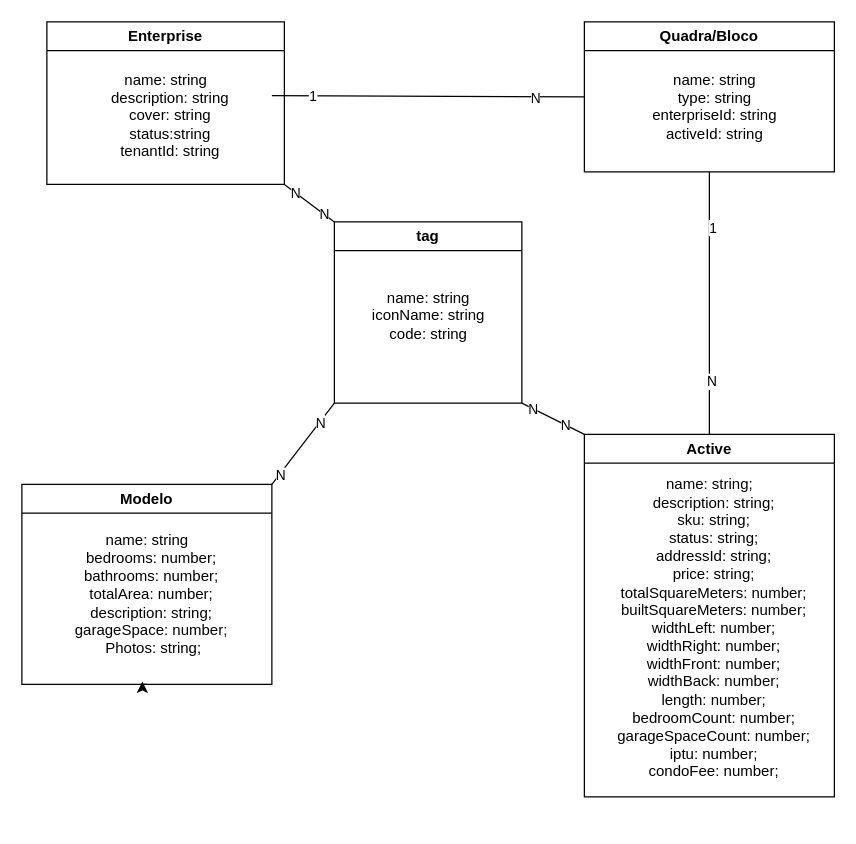
Before: Diagrama sem nome.drawio in eduuwl/dockerTeste, a draw.io diagram. Source tidied: cells renumbered, new cells numbered last; positions are measured from the earlier drawing's top-left corner, leaving out a move shared by most shapes. Both pictures are drawn from the tidied source at 125%, with x=0, y=0 at pixel (21, 21).
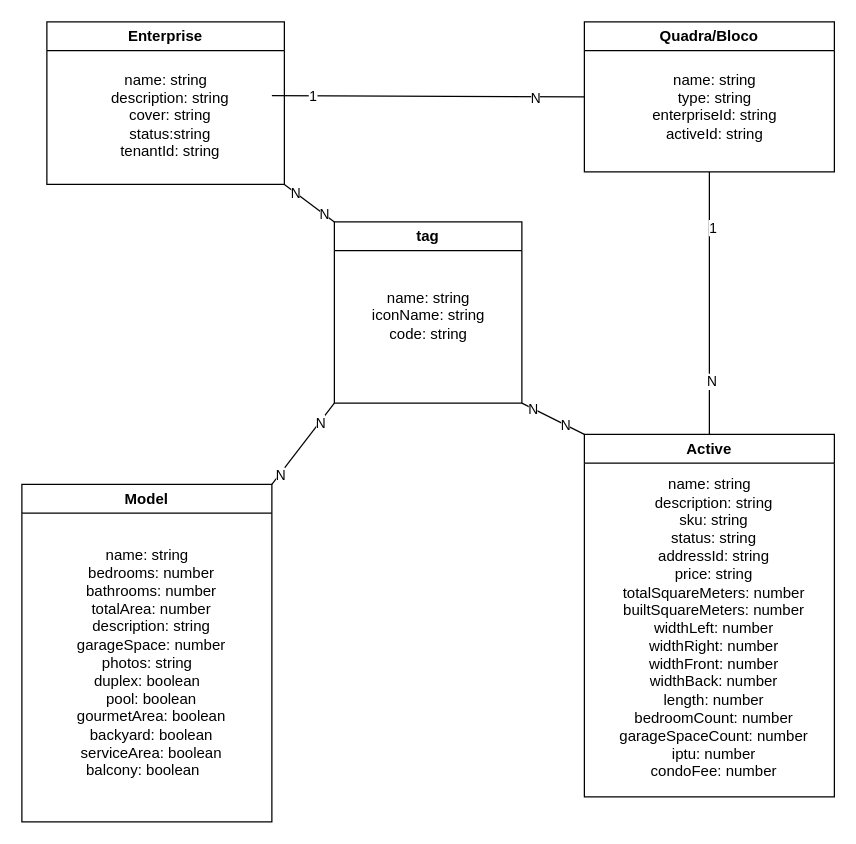
The same page after the edit.

Unchanged cells that the change refers to:
```xml
<mxCell id="9" value="Active" style="swimlane;whiteSpace=wrap;html=1;" parent="1" vertex="1">
  <mxGeometry x="450" y="330" width="200" height="290" as="geometry" />
</mxCell>
```

What changed in the source:
```diff
@@
-    <mxCell id="6" value="Modelo" style="swimlane;whiteSpace=wrap;html=1;" parent="1" vertex="1">
-      <mxGeometry y="370" width="200" height="160" as="geometry" />
+    <mxCell id="6" value="Model" style="swimlane;whiteSpace=wrap;html=1;" parent="1" vertex="1">
+      <mxGeometry y="370" width="200" height="270" as="geometry" />
     </mxCell>
-    <mxCell id="7" value="name: string&lt;div&gt;&lt;div&gt;&amp;nbsp; bedrooms: number;&lt;/div&gt;&lt;div&gt;&amp;nbsp; bathrooms: number;&lt;/div&gt;&lt;div&gt;&amp;nbsp; totalArea: number;&lt;/div&gt;&lt;div&gt;&amp;nbsp; description: string;&lt;/div&gt;&lt;div&gt;&lt;span style=&quot;background-color: transparent; color: light-dark(rgb(0, 0, 0), rgb(255, 255, 255));&quot;&gt;&amp;nbsp; garageSpace: number;&lt;/span&gt;&lt;/div&gt;&lt;div&gt;&amp;nbsp; &amp;nbsp; &amp;nbsp; &amp;nbsp; &amp;nbsp; &amp;nbsp; &amp;nbsp;Photos: string;&amp;nbsp; &amp;nbsp; &amp;nbsp; &amp;nbsp; &amp;nbsp;&amp;nbsp;&lt;/div&gt;&lt;/div&gt;&lt;div&gt;&lt;br&gt;&lt;/div&gt;" style="text;html=1;align=center;verticalAlign=middle;points=[];strokeColor=none;fillColor=none;" parent="6" vertex="1">
-      <mxGeometry x="10" y="30" width="180" height="130" as="geometry" />
+    <mxCell id="7" value="name: string&lt;div&gt;&lt;div&gt;&amp;nbsp; bedrooms: number&lt;/div&gt;&lt;div&gt;&amp;nbsp; bathrooms: number&lt;/div&gt;&lt;div&gt;&amp;nbsp; totalArea: number&lt;/div&gt;&lt;div&gt;&amp;nbsp; description: string&lt;/div&gt;&lt;div&gt;&lt;span style=&quot;background-color: transparent; color: light-dark(rgb(0, 0, 0), rgb(255, 255, 255));&quot;&gt;&amp;nbsp; garageSpace: number&lt;/span&gt;&lt;/div&gt;&lt;div&gt;&lt;span style=&quot;background-color: transparent; color: light-dark(rgb(0, 0, 0), rgb(255, 255, 255));&quot;&gt;photos: string&lt;/span&gt;&lt;/div&gt;&lt;div&gt;duplex: boolean&lt;/div&gt;&lt;div&gt;&amp;nbsp; pool: boolean&lt;/div&gt;&lt;div&gt;&amp;nbsp; gourmetArea: boolean&lt;/div&gt;&lt;div&gt;&amp;nbsp; backyard: boolean&lt;/div&gt;&lt;div&gt;&amp;nbsp; serviceArea: boolean&lt;/div&gt;&lt;div&gt;&lt;span style=&quot;background-color: transparent;&quot;&gt;&amp;nbsp; &lt;span style=&quot;white-space: pre;&quot;&gt;&#9;&lt;/span&gt;balcony: boolean&lt;/span&gt;&amp;nbsp; &amp;nbsp; &amp;nbsp; &amp;nbsp; &amp;nbsp;&amp;nbsp;&lt;/div&gt;&lt;/div&gt;&lt;div&gt;&lt;br&gt;&lt;/div&gt;" style="text;html=1;align=center;verticalAlign=middle;points=[];strokeColor=none;fillColor=none;" parent="6" vertex="1">
+      <mxGeometry x="15" y="45" width="170" height="210" as="geometry" />
     </mxCell>
-    <mxCell id="8" style="edgeStyle=orthogonalEdgeStyle;rounded=0;jettySize=auto;html=1;exitX=0.5;exitY=1;exitDx=0;exitDy=0;entryX=0.48;entryY=0.983;entryDx=0;entryDy=0;entryPerimeter=0;" parent="6" edge="1" source="6" target="7">
-      <mxGeometry relative="1" as="geometry" />
-    </mxCell>
@@
-    <mxCell id="10" value="&lt;div&gt;&lt;div&gt;name: string;&lt;/div&gt;&lt;div&gt;&amp;nbsp; description: string;&lt;/div&gt;&lt;div&gt;&amp;nbsp; sku: string;&lt;/div&gt;&lt;div&gt;&amp;nbsp; status: string;&lt;/div&gt;&lt;div&gt;&amp;nbsp; addressId: string;&lt;/div&gt;&lt;div&gt;&amp;nbsp; price: string;&lt;/div&gt;&lt;div&gt;&amp;nbsp; totalSquareMeters: number;&lt;/div&gt;&lt;div&gt;&amp;nbsp; builtSquareMeters: number;&lt;/div&gt;&lt;div&gt;&amp;nbsp; widthLeft: number;&lt;/div&gt;&lt;div&gt;&amp;nbsp; widthRight: number;&lt;/div&gt;&lt;div&gt;&amp;nbsp; widthFront: number;&lt;/div&gt;&lt;div&gt;&amp;nbsp; widthBack: number;&lt;/div&gt;&lt;div&gt;&amp;nbsp; length: number;&lt;/div&gt;&lt;div&gt;&amp;nbsp; bedroomCount: number;&lt;/div&gt;&lt;div&gt;&amp;nbsp; garageSpaceCount: number;&lt;/div&gt;&lt;div&gt;&amp;nbsp; iptu: number;&lt;/div&gt;&lt;div&gt;&amp;nbsp; condoFee: number;&lt;/div&gt;&lt;/div&gt;" style="text;html=1;align=center;verticalAlign=middle;strokeColor=none;fillColor=none;" parent="9" vertex="1">
+    <mxCell id="10" value="&lt;div&gt;&lt;div&gt;name: string&lt;/div&gt;&lt;div&gt;&amp;nbsp; description: string&lt;/div&gt;&lt;div&gt;&amp;nbsp; sku: string&lt;/div&gt;&lt;div&gt;&amp;nbsp; status: string&lt;/div&gt;&lt;div&gt;&amp;nbsp; addressId: string&lt;/div&gt;&lt;div&gt;&amp;nbsp; price: string&lt;/div&gt;&lt;div&gt;&amp;nbsp; totalSquareMeters: number&lt;/div&gt;&lt;div&gt;&amp;nbsp; builtSquareMeters: number&lt;/div&gt;&lt;div&gt;&amp;nbsp; widthLeft: number&lt;/div&gt;&lt;div&gt;&amp;nbsp; widthRight: number&lt;/div&gt;&lt;div&gt;&amp;nbsp; widthFront: number&lt;/div&gt;&lt;div&gt;&amp;nbsp; widthBack: number&lt;/div&gt;&lt;div&gt;&amp;nbsp; length: number&lt;/div&gt;&lt;div&gt;&amp;nbsp; bedroomCount: number&lt;/div&gt;&lt;div&gt;&amp;nbsp; garageSpaceCount: number&lt;/div&gt;&lt;div&gt;&amp;nbsp; iptu: number&lt;/div&gt;&lt;div&gt;&amp;nbsp; condoFee: number&lt;/div&gt;&lt;/div&gt;" style="text;html=1;align=center;verticalAlign=middle;strokeColor=none;fillColor=none;" parent="9" vertex="1">
       <mxGeometry x="10" y="25" width="180" height="260" as="geometry" />
     </mxCell>
```
